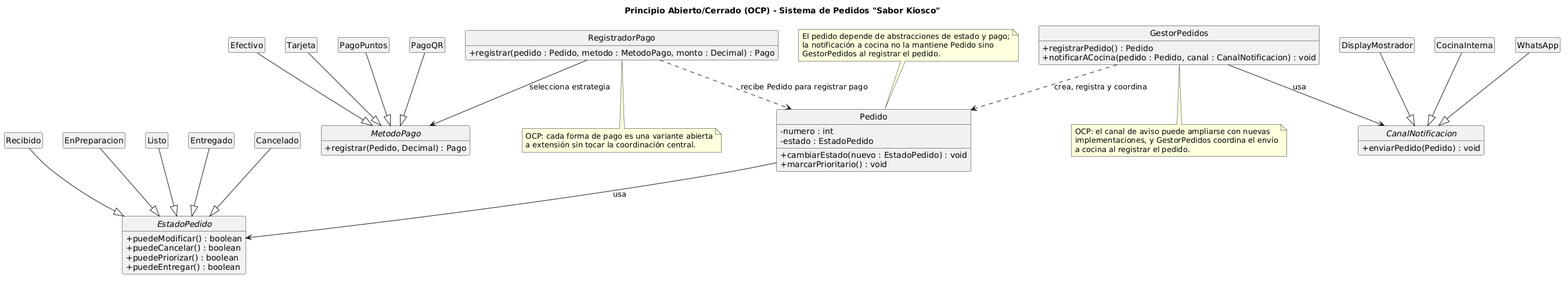
Earlier version of the PlantUML export diagramas/01-diagrama-clases/01-solid-02-ocp.png (lucasmengarelli3/SistemaPedidos).
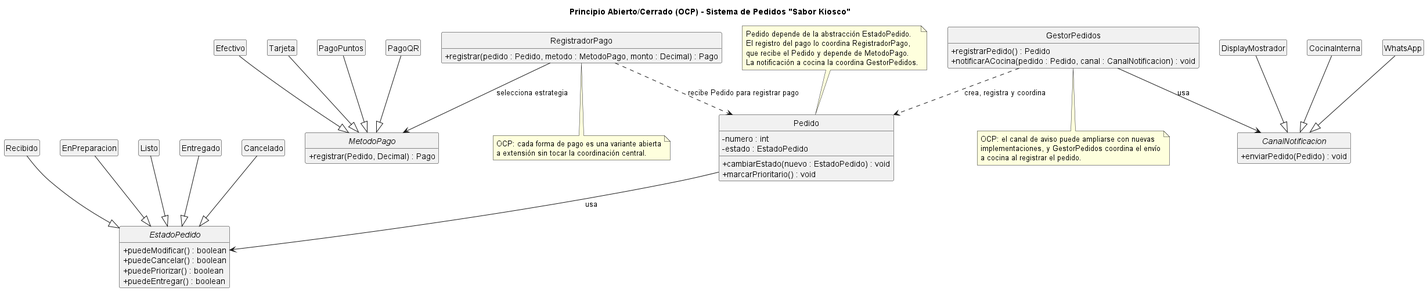
After the commit.

Diff of the diagram source:
```diff
@@ -74,9 +74,10 @@
 GestorPedidos ..> Pedido : crea, registra y coordina
 
 note top of Pedido
-  El pedido depende de abstracciones de estado y pago;
-  la notificación a cocina no la mantiene Pedido sino
-  GestorPedidos al registrar el pedido.
+  Pedido depende de la abstracción EstadoPedido.
+  El registro del pago lo coordina RegistradorPago,
+  que recibe el Pedido y depende de MetodoPago.
+  La notificación a cocina la coordina GestorPedidos.
 end note
 
 note bottom of RegistradorPago
```
